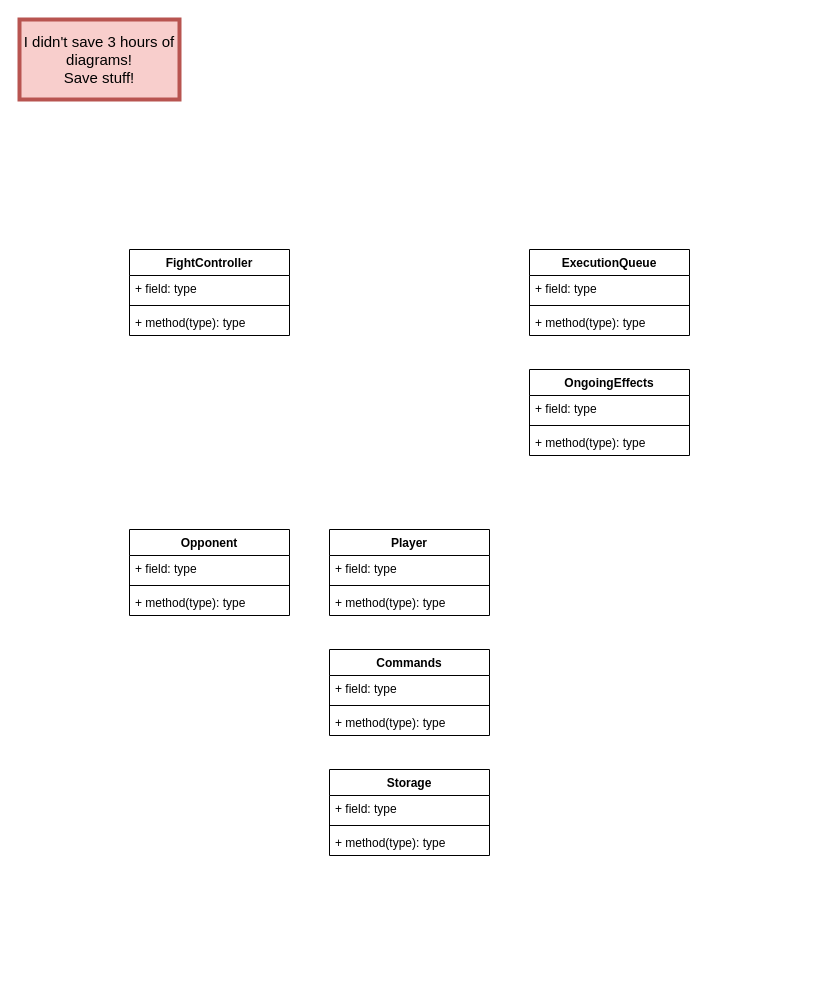
Earlier version of the draw.io diagram chain-of-command-game-flow.drawio (Gryfin123/diagrams_with_no_context). Source tidied: cells renumbered, new cells numbered last; positions are measured from the earlier drawing's top-left corner, leaving out a move shared by most shapes. Both pictures are drawn from the tidied source at 100%, with x=0, y=0 at pixel (19, 19).
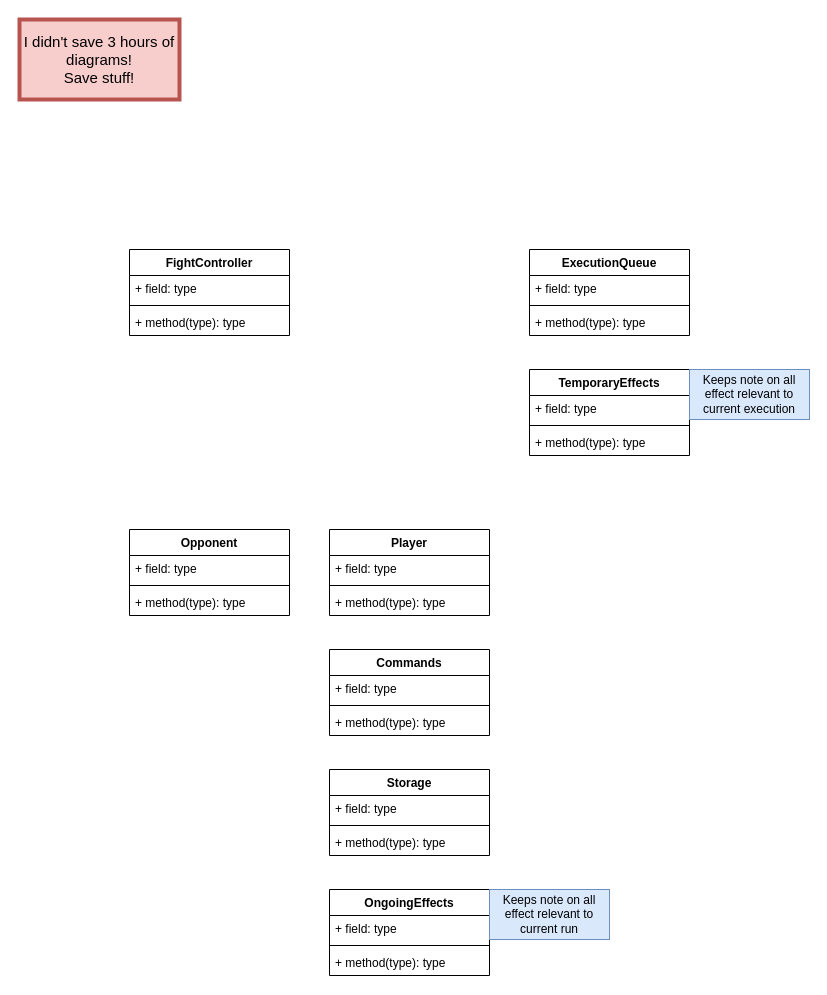
The same page after the edit.

What changed in the source:
```diff
@@
-    <mxCell id="6" value="&lt;div&gt;OngoingEffects&lt;/div&gt;" style="swimlane;fontStyle=1;align=center;verticalAlign=top;horizontal=1;startSize=26;whiteSpace=wrap;html=1;" parent="1" vertex="1">
+    <mxCell id="6" value="&lt;div&gt;TemporaryEffects&lt;/div&gt;" style="swimlane;fontStyle=1;align=center;verticalAlign=top;horizontal=1;startSize=26;whiteSpace=wrap;html=1;" parent="1" vertex="1">
       <mxGeometry x="510" y="350" width="160" height="86" as="geometry" />
     </mxCell>
@@
+    <mxCell id="31" value="&lt;div&gt;OngoingEffects&lt;/div&gt;" style="swimlane;fontStyle=1;align=center;verticalAlign=top;horizontal=1;startSize=26;whiteSpace=wrap;html=1;" parent="1" vertex="1">
+      <mxGeometry x="310" y="870" width="160" height="86" as="geometry" />
+    </mxCell>
+    <mxCell id="32" value="+ field: type" style="text;strokeColor=none;fillColor=none;align=left;verticalAlign=top;spacingLeft=4;spacingRight=4;overflow=hidden;whiteSpace=wrap;html=1;" parent="31" vertex="1">
+      <mxGeometry y="26" width="160" height="26" as="geometry" />
+    </mxCell>
+    <mxCell id="33" style="line;strokeWidth=1;fillColor=none;align=left;verticalAlign=middle;spacingTop=-1;spacingLeft=3;spacingRight=3;labelPosition=right;strokeColor=inherit;" parent="31" vertex="1">
+      <mxGeometry y="52" width="160" height="8" as="geometry" />
+    </mxCell>
+    <mxCell id="34" value="+ method(type): type" style="text;strokeColor=none;fillColor=none;align=left;verticalAlign=top;spacingLeft=4;spacingRight=4;overflow=hidden;whiteSpace=wrap;html=1;" parent="31" vertex="1">
+      <mxGeometry y="60" width="160" height="26" as="geometry" />
+    </mxCell>
+    <mxCell id="35" value="Keeps note on all effect relevant to current execution" style="html=1;whiteSpace=wrap;fillColor=#dae8fc;strokeColor=#6c8ebf;" parent="1" vertex="1">
+      <mxGeometry x="670" y="350" width="120" height="50" as="geometry" />
+    </mxCell>
+    <mxCell id="36" value="Keeps note on all effect relevant to current run" style="html=1;whiteSpace=wrap;fillColor=#dae8fc;strokeColor=#6c8ebf;" parent="1" vertex="1">
+      <mxGeometry x="470" y="870" width="120" height="50" as="geometry" />
+    </mxCell>
```
